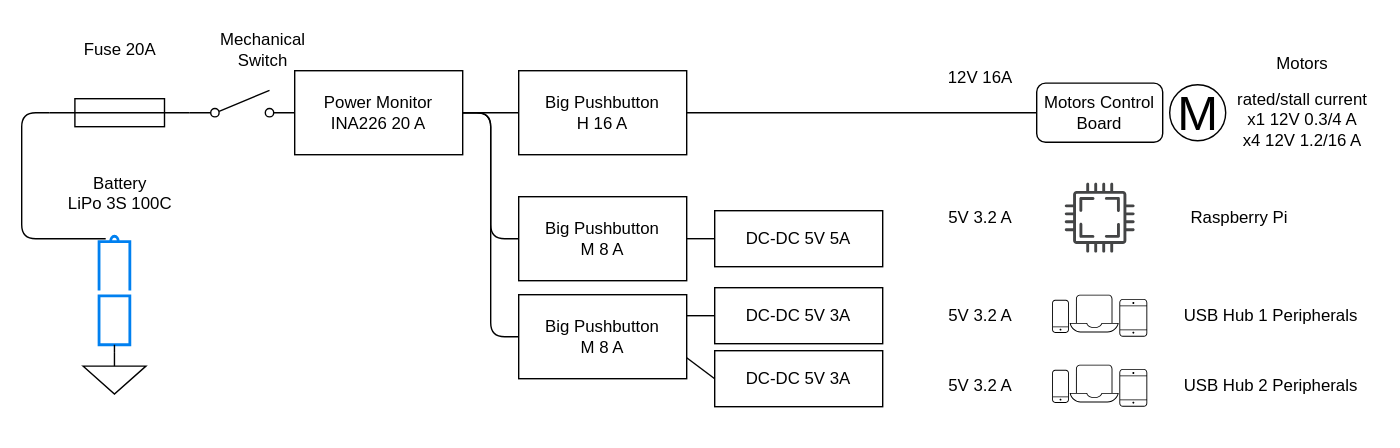
HomeSmartMesh/homesmartmesh.github.io keeps this draw.io diagram as content/robotics/rovi/power-manager/power.drawio.svg. Above is the earlier version. Source tidied: cells renumbered, new cells last; positions are measured from the earlier drawing's top-left corner, leaving out a move shared by most shapes.
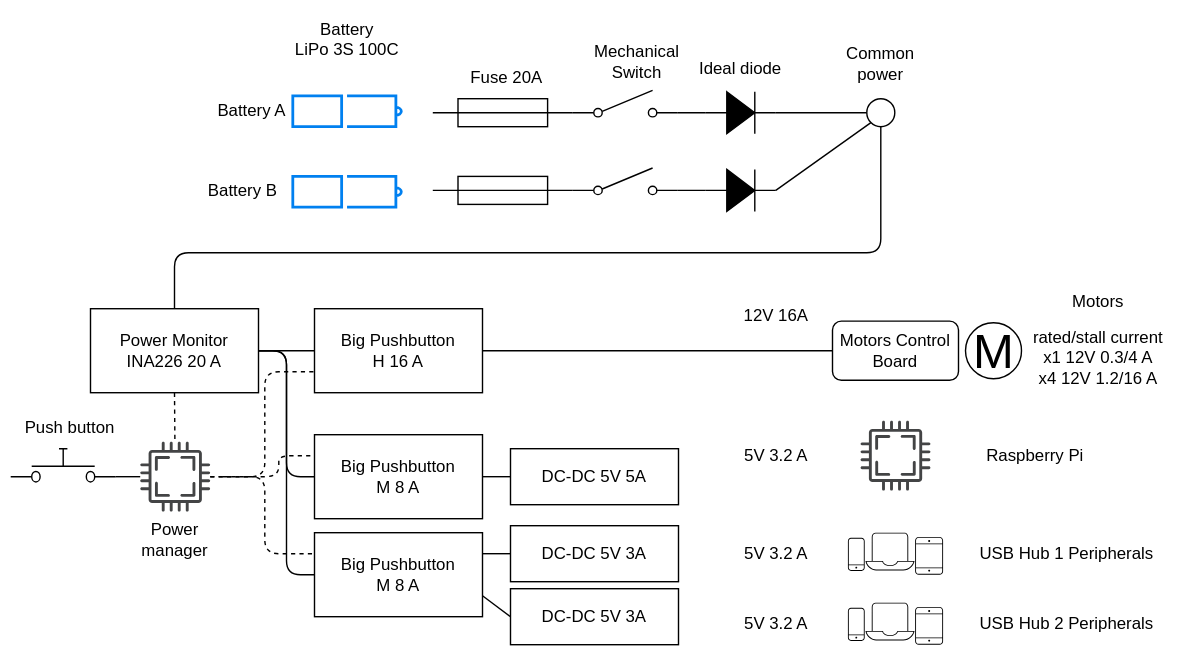
The same diagram one commit later.

Commit message:
dual path updated power diagram added ideal diode

What changed in the source:
```diff
@@ -3,11 +3,8 @@
     <mxCell id="0" />
     <mxCell id="1" parent="0" />
     <mxCell id="2" style="rounded=0;whiteSpace=wrap;html=1;strokeColor=none;" parent="1" vertex="1">
-      <mxGeometry width="1000" height="320" as="geometry" />
+      <mxGeometry x="146" y="-170" width="840" height="470" as="geometry" />
     </mxCell>
-    <mxCell id="3" style="html=1;verticalLabelPosition=bottom;align=center;labelBackgroundColor=#ffffff;verticalAlign=top;strokeWidth=2;strokeColor=#0080F0;shadow=0;dashed=0;shape=mxgraph.ios7.icons.battery;rotation=-90;" parent="1" vertex="1">
-      <mxGeometry x="42.5" y="196" width="77.5" height="22" as="geometry" />
-    </mxCell>
     <mxCell id="4" value="M" style="verticalLabelPosition=middle;shadow=0;dashed=0;align=center;html=1;verticalAlign=middle;strokeWidth=1;shape=ellipse;fontSize=35;" parent="1" vertex="1">
       <mxGeometry x="835" y="60" width="40" height="40" as="geometry" />
     </mxCell>
@@ -36,13 +33,13 @@
       <mxGeometry x="870" y="60" width="120" height="50" as="geometry" />
     </mxCell>
     <mxCell id="13" style="verticalLabelPosition=bottom;shadow=0;dashed=0;align=center;html=1;verticalAlign=top;shape=mxgraph.electrical.miscellaneous.fuse_2;" parent="1" vertex="1">
-      <mxGeometry x="35" y="70" width="100" height="20" as="geometry" />
+      <mxGeometry x="454.5" y="-100" width="100" height="20" as="geometry" />
     </mxCell>
     <mxCell id="14" value="Battery&lt;div&gt;&lt;font color=&quot;#000000&quot;&gt;LiPo 3S 100C&lt;br&gt;&lt;/font&gt;&lt;div&gt;&lt;br&gt;&lt;/div&gt;&lt;/div&gt;" style="text;html=1;align=center;verticalAlign=middle;whiteSpace=wrap;rounded=0;" parent="1" vertex="1">
-      <mxGeometry x="42.5" y="130" width="85" height="30" as="geometry" />
+      <mxGeometry x="350.8" y="-150" width="85" height="30" as="geometry" />
     </mxCell>
     <mxCell id="15" value="&lt;div&gt;&lt;div&gt;Fuse 20A&lt;/div&gt;&lt;/div&gt;" style="text;html=1;align=center;verticalAlign=middle;whiteSpace=wrap;rounded=0;" parent="1" vertex="1">
-      <mxGeometry x="42.5" y="20" width="85" height="30" as="geometry" />
+      <mxGeometry x="464.5" y="-130" width="85" height="30" as="geometry" />
     </mxCell>
     <mxCell id="16" style="edgeStyle=none;html=1;exitX=1;exitY=0.5;exitDx=0;exitDy=0;entryX=0;entryY=0.5;entryDx=0;entryDy=0;endArrow=none;endFill=0;" parent="1" edge="1" source="34" target="28">
       <mxGeometry relative="1" as="geometry" />
@@ -54,10 +51,10 @@
       <mxGeometry relative="1" as="geometry" />
     </mxCell>
     <mxCell id="19" style="html=1;shape=mxgraph.electrical.electro-mechanical.singleSwitch;elSwitchState=off;" parent="1" vertex="1">
-      <mxGeometry x="135" y="64" width="75" height="20" as="geometry" />
+      <mxGeometry x="554.5" y="-106" width="75" height="20" as="geometry" />
     </mxCell>
     <mxCell id="20" value="&lt;div&gt;&lt;div&gt;Mechanical Switch&lt;/div&gt;&lt;/div&gt;" style="text;html=1;align=center;verticalAlign=middle;whiteSpace=wrap;rounded=0;" parent="1" vertex="1">
-      <mxGeometry x="145" y="20" width="85" height="30" as="geometry" />
+      <mxGeometry x="557.5" y="-141.1" width="85" height="30" as="geometry" />
     </mxCell>
     <mxCell id="21" style="sketch=0;verticalLabelPosition=bottom;sketch=0;html=1;verticalAlign=top;strokeColor=none;fillColor=#000000;align=center;shape=mxgraph.citrix2.devices;" parent="1" vertex="1">
       <mxGeometry x="751" y="260" width="68" height="30" as="geometry" />
@@ -68,12 +65,6 @@
     <mxCell id="23" value="5V 3.2 A" style="text;html=1;align=center;verticalAlign=middle;whiteSpace=wrap;rounded=0;" parent="1" vertex="1">
       <mxGeometry x="670" y="260" width="60" height="30" as="geometry" />
     </mxCell>
-    <mxCell id="24" style="edgeStyle=none;html=1;exitX=0.5;exitY=0;exitDx=0;exitDy=0;exitPerimeter=0;endArrow=none;endFill=0;" parent="1" edge="1" source="25" target="3">
-      <mxGeometry relative="1" as="geometry" />
-    </mxCell>
-    <mxCell id="25" style="verticalLabelPosition=bottom;shadow=0;dashed=0;align=center;html=1;verticalAlign=top;shape=mxgraph.electrical.signal_sources.signal_ground;" parent="1" vertex="1">
-      <mxGeometry x="58.8" y="251" width="45" height="30" as="geometry" />
-    </mxCell>
     <mxCell id="26" value="Motors Control Board" style="rounded=1;whiteSpace=wrap;html=1;" parent="1" vertex="1">
       <mxGeometry x="740" y="58.9" width="90" height="42.2" as="geometry" />
     </mxCell>
@@ -98,6 +89,9 @@
     <mxCell id="33" value="Big Pushbutton&lt;div&gt;M 8 A&lt;/div&gt;" style="rounded=0;whiteSpace=wrap;html=1;" parent="1" vertex="1">
       <mxGeometry x="370" y="210" width="120" height="60" as="geometry" />
     </mxCell>
+    <mxCell id="40" style="edgeStyle=none;html=1;exitX=0.5;exitY=1;exitDx=0;exitDy=0;endArrow=none;endFill=0;strokeColor=#000000;dashed=1;" parent="1" edge="1" source="34" target="58">
+      <mxGeometry relative="1" as="geometry" />
+    </mxCell>
     <mxCell id="34" value="Power Monitor&lt;div&gt;INA226 20 A&lt;/div&gt;" style="rounded=0;whiteSpace=wrap;html=1;" parent="1" vertex="1">
       <mxGeometry x="210" y="50" width="120" height="60" as="geometry" />
     </mxCell>
@@ -113,13 +107,94 @@
     <mxCell id="38" value="12V 16A" style="text;html=1;align=center;verticalAlign=middle;whiteSpace=wrap;rounded=0;" parent="1" vertex="1">
       <mxGeometry x="670" y="40" width="60" height="30" as="geometry" />
     </mxCell>
-    <mxCell id="39" style="edgeStyle=elbowEdgeStyle;html=1;exitX=0;exitY=0.5;exitDx=0;exitDy=0;exitPerimeter=0;endArrow=none;endFill=0;" parent="1" edge="1" source="13">
-      <mxGeometry relative="1" as="geometry">
-        <mxPoint x="75" y="170" as="targetPoint" />
-        <Array as="points">
-          <mxPoint x="15" y="130" />
-        </Array>
-      </mxGeometry>
-    </mxCell>
+    <mxCell id="41" style="html=1;verticalLabelPosition=bottom;align=center;labelBackgroundColor=#ffffff;verticalAlign=top;strokeWidth=2;strokeColor=#0080F0;shadow=0;dashed=0;shape=mxgraph.ios7.icons.battery;rotation=0;" parent="1" vertex="1">
+      <mxGeometry x="354.5" y="-102" width="77.5" height="22" as="geometry" />
+    </mxCell>
+    <mxCell id="42" value="&lt;div&gt;&lt;div&gt;Battery A&lt;/div&gt;&lt;/div&gt;" style="text;html=1;align=center;verticalAlign=middle;whiteSpace=wrap;rounded=0;" parent="1" vertex="1">
+      <mxGeometry x="295.5" y="-106" width="58.5" height="30" as="geometry" />
+    </mxCell>
+    <mxCell id="43" value="&lt;div&gt;&lt;div&gt;Battery B&lt;/div&gt;&lt;/div&gt;" style="text;html=1;align=center;verticalAlign=middle;whiteSpace=wrap;rounded=0;" parent="1" vertex="1">
+      <mxGeometry x="287.2" y="-49.5" width="63.5" height="30" as="geometry" />
+    </mxCell>
+    <mxCell id="44" style="edgeStyle=none;html=1;exitX=1;exitY=0.5;exitDx=0;exitDy=0;exitPerimeter=0;entryX=0;entryY=0.5;entryDx=0;entryDy=0;endArrow=none;endFill=0;" parent="1" edge="1" source="45" target="48">
+      <mxGeometry relative="1" as="geometry" />
+    </mxCell>
+    <mxCell id="45" style="fillColor=strokeColor;verticalLabelPosition=bottom;shadow=0;dashed=0;align=center;html=1;verticalAlign=top;shape=mxgraph.electrical.diodes.diode;" parent="1" vertex="1">
+      <mxGeometry x="649.5" y="-105" width="50" height="30" as="geometry" />
+    </mxCell>
+    <mxCell id="46" value="&lt;div&gt;&lt;div&gt;Ideal diode&lt;/div&gt;&lt;/div&gt;" style="text;html=1;align=center;verticalAlign=middle;whiteSpace=wrap;rounded=0;" parent="1" vertex="1">
+      <mxGeometry x="632" y="-136" width="85" height="30" as="geometry" />
+    </mxCell>
+    <mxCell id="47" style="edgeStyle=none;html=1;exitX=1;exitY=0.8;exitDx=0;exitDy=0;entryX=0;entryY=0.5;entryDx=0;entryDy=0;entryPerimeter=0;endArrow=none;endFill=0;" parent="1" edge="1" source="19" target="45">
+      <mxGeometry relative="1" as="geometry" />
+    </mxCell>
+    <mxCell id="48" style="ellipse;whiteSpace=wrap;html=1;" parent="1" vertex="1">
+      <mxGeometry x="764.5" y="-100" width="20" height="20" as="geometry" />
+    </mxCell>
+    <mxCell id="49" value="&lt;div&gt;&lt;div&gt;Common power&lt;/div&gt;&lt;/div&gt;" style="text;html=1;align=center;verticalAlign=middle;whiteSpace=wrap;rounded=0;" parent="1" vertex="1">
+      <mxGeometry x="732" y="-140" width="85" height="30" as="geometry" />
+    </mxCell>
+    <mxCell id="50" style="verticalLabelPosition=bottom;shadow=0;dashed=0;align=center;html=1;verticalAlign=top;shape=mxgraph.electrical.miscellaneous.fuse_2;" parent="1" vertex="1">
+      <mxGeometry x="454.5" y="-44.5" width="100" height="20" as="geometry" />
+    </mxCell>
+    <mxCell id="51" style="html=1;shape=mxgraph.electrical.electro-mechanical.singleSwitch;elSwitchState=off;" parent="1" vertex="1">
+      <mxGeometry x="554.5" y="-50.5" width="75" height="20" as="geometry" />
+    </mxCell>
+    <mxCell id="52" style="edgeStyle=none;html=1;exitX=1;exitY=0.5;exitDx=0;exitDy=0;exitPerimeter=0;entryX=0;entryY=1;entryDx=0;entryDy=0;endArrow=none;endFill=0;" parent="1" edge="1" source="53" target="48">
+      <mxGeometry relative="1" as="geometry" />
+    </mxCell>
+    <mxCell id="53" style="fillColor=strokeColor;verticalLabelPosition=bottom;shadow=0;dashed=0;align=center;html=1;verticalAlign=top;shape=mxgraph.electrical.diodes.diode;" parent="1" vertex="1">
+      <mxGeometry x="649.5" y="-49.5" width="50" height="30" as="geometry" />
+    </mxCell>
+    <mxCell id="54" style="edgeStyle=none;html=1;exitX=1;exitY=0.8;exitDx=0;exitDy=0;entryX=0;entryY=0.5;entryDx=0;entryDy=0;entryPerimeter=0;endArrow=none;endFill=0;" parent="1" edge="1" source="51" target="53">
+      <mxGeometry relative="1" as="geometry" />
+    </mxCell>
+    <mxCell id="55" style="html=1;verticalLabelPosition=bottom;align=center;labelBackgroundColor=#ffffff;verticalAlign=top;strokeWidth=2;strokeColor=#0080F0;shadow=0;dashed=0;shape=mxgraph.ios7.icons.battery;rotation=0;" parent="1" vertex="1">
+      <mxGeometry x="354.5" y="-44.5" width="77.5" height="22" as="geometry" />
+    </mxCell>
+    <mxCell id="56" style="edgeStyle=elbowEdgeStyle;html=1;endArrow=none;endFill=0;exitX=0.5;exitY=1;exitDx=0;exitDy=0;elbow=vertical;entryX=0.5;entryY=0;entryDx=0;entryDy=0;" parent="1" edge="1" source="48" target="34">
+      <mxGeometry relative="1" as="geometry">
+        <Array as="points">
+          <mxPoint x="524.5" y="10" />
+        </Array>
+      </mxGeometry>
+    </mxCell>
+    <mxCell id="57" style="edgeStyle=elbowEdgeStyle;html=1;entryX=0;entryY=0.75;entryDx=0;entryDy=0;endArrow=none;endFill=0;dashed=1;" parent="1" edge="1" source="58" target="28">
+      <mxGeometry relative="1" as="geometry">
+        <Array as="points">
+          <mxPoint x="334.5" y="130" />
+        </Array>
+      </mxGeometry>
+    </mxCell>
+    <mxCell id="58" style="sketch=0;shadow=0;dashed=0;html=1;strokeColor=none;fillColor=#434445;labelPosition=center;verticalLabelPosition=bottom;verticalAlign=top;align=center;outlineConnect=0;shape=mxgraph.vvd.cpu;" parent="1" vertex="1">
+      <mxGeometry x="245.5" y="145" width="50" height="50" as="geometry" />
+    </mxCell>
+    <mxCell id="59" value="&lt;div&gt;&lt;div&gt;Power manager&lt;/div&gt;&lt;/div&gt;" style="text;html=1;align=center;verticalAlign=middle;whiteSpace=wrap;rounded=0;" parent="1" vertex="1">
+      <mxGeometry x="228" y="200" width="85" height="30" as="geometry" />
+    </mxCell>
+    <mxCell id="60" style="edgeStyle=elbowEdgeStyle;html=1;entryX=0;entryY=0.25;entryDx=0;entryDy=0;endArrow=none;endFill=0;dashed=1;" parent="1" edge="1" source="58" target="30">
+      <mxGeometry relative="1" as="geometry">
+        <Array as="points">
+          <mxPoint x="344.5" y="170" />
+        </Array>
+      </mxGeometry>
+    </mxCell>
+    <mxCell id="61" style="edgeStyle=elbowEdgeStyle;html=1;entryX=0;entryY=0.25;entryDx=0;entryDy=0;endArrow=none;endFill=0;dashed=1;" parent="1" edge="1" target="33">
+      <mxGeometry relative="1" as="geometry">
+        <mxPoint x="304.5" y="170" as="sourcePoint" />
+        <Array as="points">
+          <mxPoint x="334.5" y="200" />
+        </Array>
+      </mxGeometry>
+    </mxCell>
+    <mxCell id="62" style="edgeStyle=none;html=1;exitX=1;exitY=0.8;exitDx=0;exitDy=0;endArrow=none;endFill=0;" parent="1" edge="1" source="63" target="58">
+      <mxGeometry relative="1" as="geometry" />
+    </mxCell>
+    <mxCell id="63" style="html=1;shape=mxgraph.electrical.electro-mechanical.pushbutton;elSwitchState=off;" parent="1" vertex="1">
+      <mxGeometry x="153" y="150" width="75" height="25" as="geometry" />
+    </mxCell>
+    <mxCell id="64" value="&lt;div&gt;&lt;div&gt;Push button&lt;/div&gt;&lt;/div&gt;" style="text;html=1;align=center;verticalAlign=middle;whiteSpace=wrap;rounded=0;" parent="1" vertex="1">
+      <mxGeometry x="153" y="120" width="85" height="30" as="geometry" />
+    </mxCell>
   </root>
 </mxGraphModel>
```
